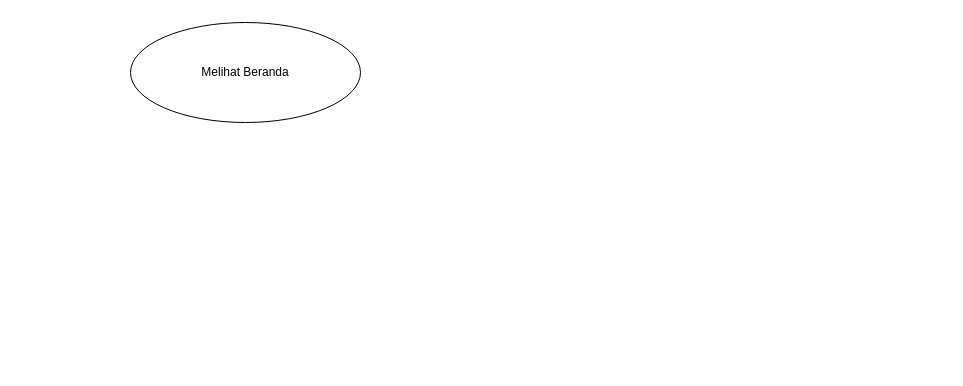
Before: UML.drawio in bimaaryasatya/lat_py, a draw.io diagram. Source tidied: cells renumbered, new cells numbered last; positions are measured from the earlier drawing's top-left corner, leaving out a move shared by most shapes. Both pictures are drawn from the tidied source at 100%, with x=0, y=0 at pixel (130, 22).
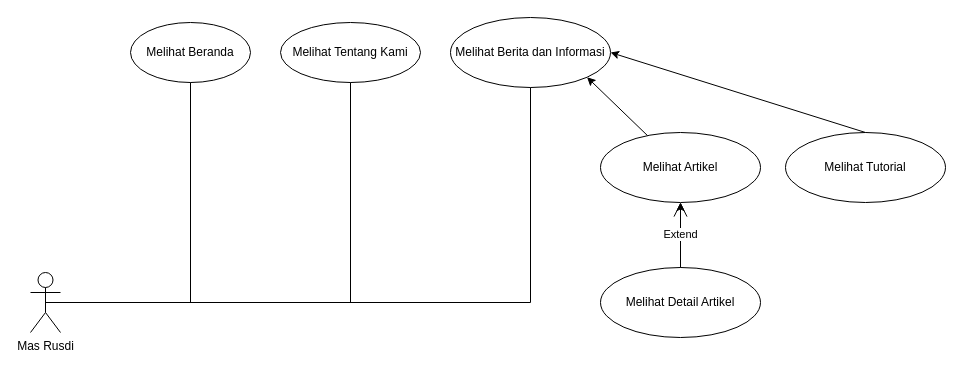
The same diagram, later.

Diff of the diagram source:
```diff
@@
 <mxGraphModel>
   <root>
     <mxCell id="0" />
     <mxCell id="1" parent="0" />
     <mxCell id="2" value="Melihat Beranda" style="ellipse;whiteSpace=wrap;html=1;" parent="1" vertex="1">
-      <mxGeometry width="230" height="100" as="geometry" />
+      <mxGeometry width="120" height="60" as="geometry" />
     </mxCell>
+    <mxCell id="3" value="Mas Rusdi&lt;div&gt;&lt;br&gt;&lt;/div&gt;" style="shape=umlActor;verticalLabelPosition=bottom;verticalAlign=top;html=1;" parent="1" vertex="1">
+      <mxGeometry x="-100" y="250" width="30" height="60" as="geometry" />
+    </mxCell>
+    <mxCell id="4" value="Melihat Tentang Kami" style="ellipse;whiteSpace=wrap;html=1;" parent="1" vertex="1">
+      <mxGeometry x="150" width="140" height="60" as="geometry" />
+    </mxCell>
+    <mxCell id="5" value="Melihat Berita dan Informasi" style="ellipse;whiteSpace=wrap;html=1;" parent="1" vertex="1">
+      <mxGeometry x="320" y="-5" width="160" height="70" as="geometry" />
+    </mxCell>
+    <mxCell id="6" value="Melihat Artikel" style="ellipse;whiteSpace=wrap;html=1;" parent="1" vertex="1">
+      <mxGeometry x="470" y="110" width="160" height="70" as="geometry" />
+    </mxCell>
+    <mxCell id="7" value="Melihat Tutorial" style="ellipse;whiteSpace=wrap;html=1;" parent="1" vertex="1">
+      <mxGeometry x="655" y="110" width="160" height="70" as="geometry" />
+    </mxCell>
+    <mxCell id="8" style="endArrow=none;html=1;rounded=0;exitX=0.5;exitY=0.5;exitDx=0;exitDy=0;exitPerimeter=0;entryX=0.5;entryY=1;entryDx=0;entryDy=0;" parent="1" edge="1" source="3" target="2">
+      <mxGeometry relative="1" as="geometry">
+        <Array as="points">
+          <mxPoint x="60" y="280" />
+        </Array>
+      </mxGeometry>
+    </mxCell>
+    <mxCell id="9" style="endArrow=none;html=1;rounded=0;exitX=0.5;exitY=0.5;exitDx=0;exitDy=0;exitPerimeter=0;" parent="1" edge="1" source="3" target="4">
+      <mxGeometry relative="1" as="geometry">
+        <Array as="points">
+          <mxPoint x="220" y="280" />
+        </Array>
+      </mxGeometry>
+    </mxCell>
+    <mxCell id="10" style="endArrow=none;html=1;rounded=0;exitX=0.5;exitY=0.5;exitDx=0;exitDy=0;exitPerimeter=0;entryX=0.5;entryY=1;entryDx=0;entryDy=0;" parent="1" edge="1" source="3" target="5">
+      <mxGeometry relative="1" as="geometry">
+        <Array as="points">
+          <mxPoint x="400" y="280" />
+        </Array>
+      </mxGeometry>
+    </mxCell>
+    <mxCell id="11" style="endArrow=classic;html=1;rounded=0;entryX=1;entryY=1;entryDx=0;entryDy=0;" parent="1" edge="1" source="6" target="5">
+      <mxGeometry relative="1" as="geometry" />
+    </mxCell>
+    <mxCell id="12" style="endArrow=classic;html=1;rounded=0;entryX=1;entryY=0.5;entryDx=0;entryDy=0;exitX=0.5;exitY=0;exitDx=0;exitDy=0;" parent="1" edge="1" source="7" target="5">
+      <mxGeometry relative="1" as="geometry" />
+    </mxCell>
+    <mxCell id="13" style="edgeStyle=orthogonalEdgeStyle;rounded=0;jettySize=auto;html=1;" parent="1" edge="1" source="14" target="6">
+      <mxGeometry relative="1" as="geometry" />
+    </mxCell>
+    <mxCell id="14" value="Melihat Detail Artikel" style="ellipse;whiteSpace=wrap;html=1;" parent="1" vertex="1">
+      <mxGeometry x="470" y="245" width="160" height="70" as="geometry" />
+    </mxCell>
+    <mxCell id="15" value="Extend" style="endArrow=open;endSize=12;dashed=1;html=1;rounded=1;entryX=0.5;entryY=1;entryDx=0;entryDy=0;curved=0;" parent="1" edge="1" source="14" target="6">
+      <mxGeometry x="0.02" relative="1" as="geometry" />
+    </mxCell>
   </root>
 </mxGraphModel>
```
